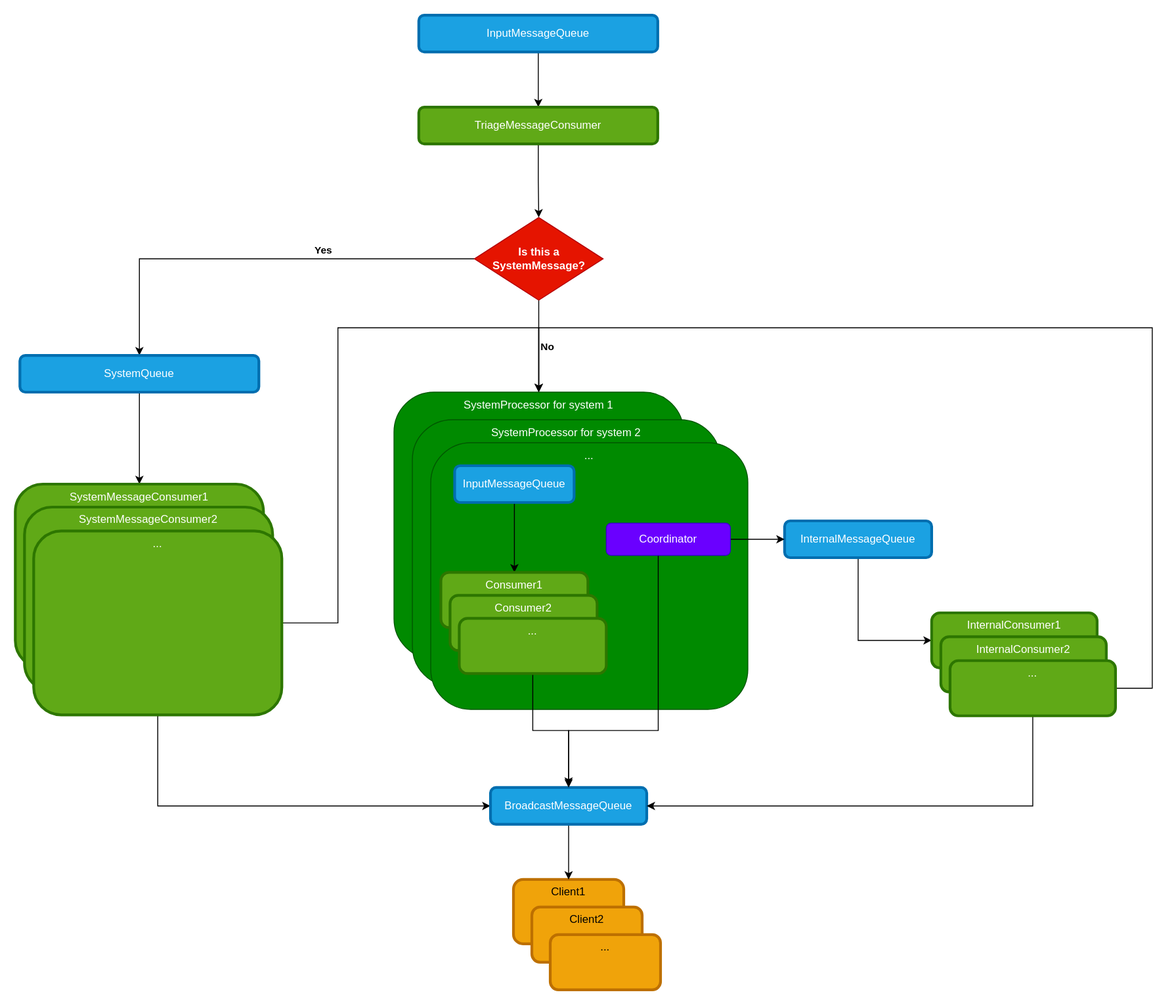
Knoblauchpilze/bsgalone keeps this draw.io diagram as resources/messaging-system.svg. Above is the earlier version. Source tidied: cells renumbered, new cells last; positions are measured from the earlier drawing's top-left corner, leaving out a move shared by most shapes.
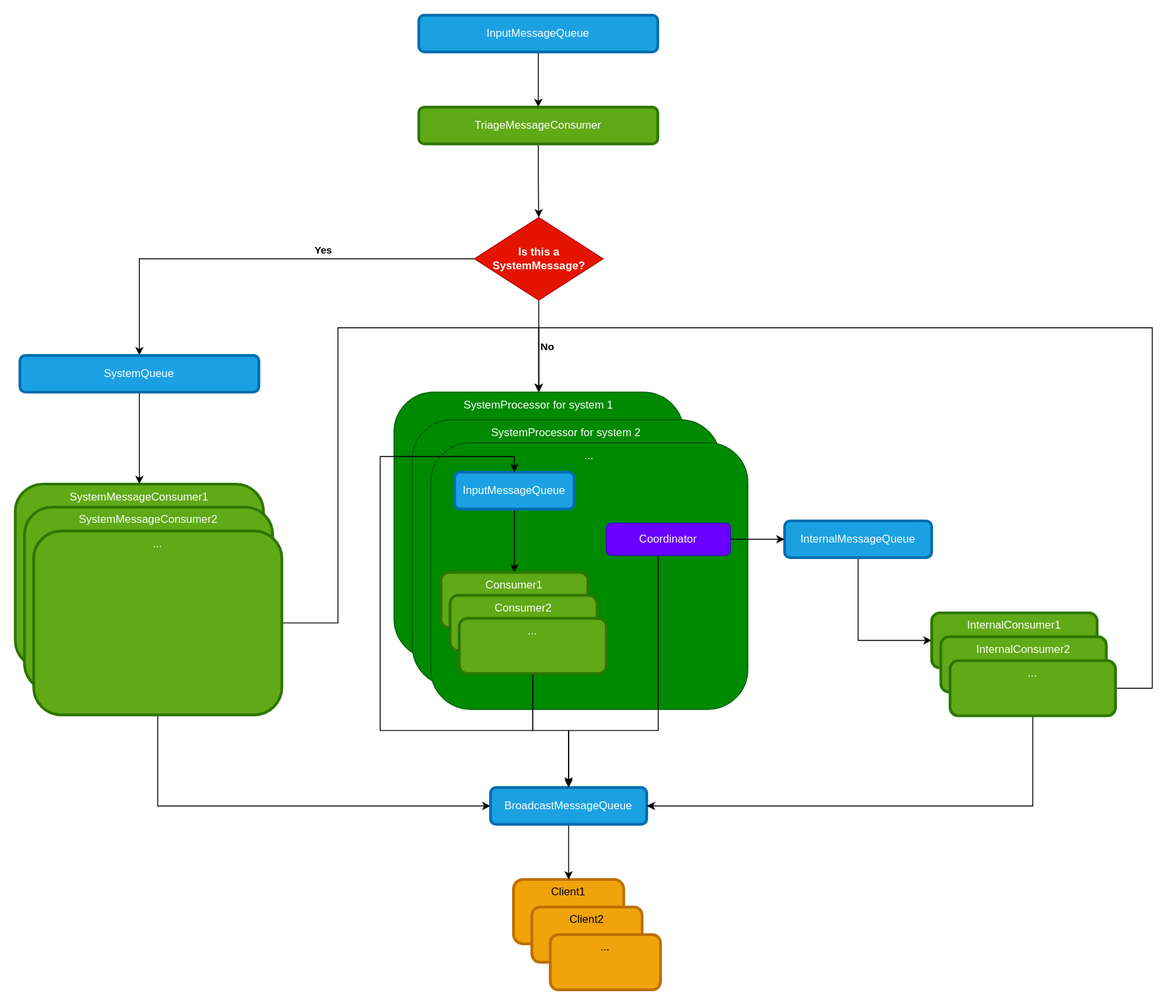
Later version of the same file.

Commit message:
fix: System processors can send messages to themselves

The edit, as a diff of the source:
```diff
@@ -90,7 +90,7 @@
       <mxGeometry relative="1" as="geometry" />
     </mxCell>
     <mxCell id="27" value="InputMessageQueue" style="rounded=1;whiteSpace=wrap;html=1;fillColor=#1ba1e2;fontColor=light-dark(#FFFFFF,#FFFFFF);strokeColor=#006EAF;strokeWidth=3;" parent="1" vertex="1">
-      <mxGeometry x="478" y="490" width="130" height="40" as="geometry" />
+      <mxGeometry x="478" y="497" width="130" height="40" as="geometry" />
     </mxCell>
     <mxCell id="28" value="Consumer1" style="rounded=1;whiteSpace=wrap;html=1;fillColor=#60a917;fontColor=light-dark(#FFFFFF,#FFFFFF);strokeColor=#2D7600;strokeWidth=3;verticalAlign=top;" parent="1" vertex="1">
       <mxGeometry x="463" y="606" width="160" height="60" as="geometry" />
@@ -101,6 +101,17 @@
     <mxCell id="30" style="edgeStyle=orthogonalEdgeStyle;rounded=0;jettySize=auto;html=1;entryX=0.5;entryY=0;entryDx=0;entryDy=0;" parent="1" edge="1" source="31" target="21">
       <mxGeometry relative="1" as="geometry" />
     </mxCell>
+    <mxCell id="42" style="edgeStyle=orthogonalEdgeStyle;rounded=0;jettySize=auto;html=1;entryX=0.5;entryY=0;entryDx=0;entryDy=0;" parent="1" edge="1" target="27">
+      <mxGeometry relative="1" as="geometry">
+        <mxPoint x="563" y="714" as="sourcePoint" />
+        <Array as="points">
+          <mxPoint x="563" y="778" />
+          <mxPoint x="397" y="778" />
+          <mxPoint x="397" y="480" />
+          <mxPoint x="543" y="480" />
+        </Array>
+      </mxGeometry>
+    </mxCell>
     <mxCell id="31" value="..." style="rounded=1;whiteSpace=wrap;html=1;fillColor=#60a917;fontColor=light-dark(#FFFFFF,#FFFFFF);strokeColor=#2D7600;strokeWidth=3;verticalAlign=top;" parent="1" vertex="1">
       <mxGeometry x="483" y="656" width="160" height="60" as="geometry" />
     </mxCell>
```
